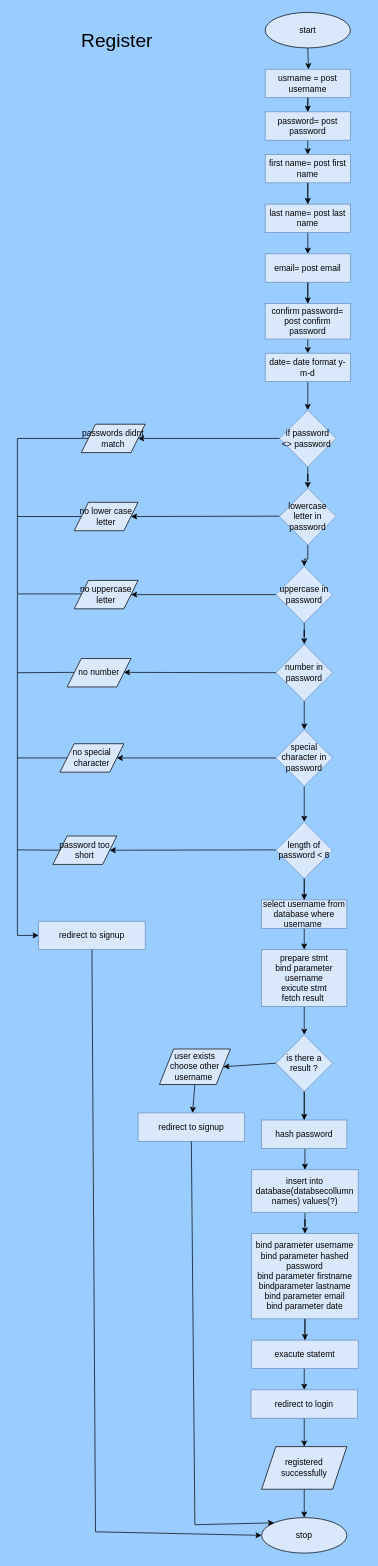
Earlier version of the draw.io diagram page "Register" (5 of 7) of Assignments/To Do list/website_design_flowchart.drawio (alexbaxter07/college). Source tidied: cells renumbered, new cells numbered last; positions are measured from the earlier drawing's top-left corner, leaving out a move shared by most shapes. Both pictures are drawn from the tidied source at 71%, with x=0, y=0 at pixel (17, 12).
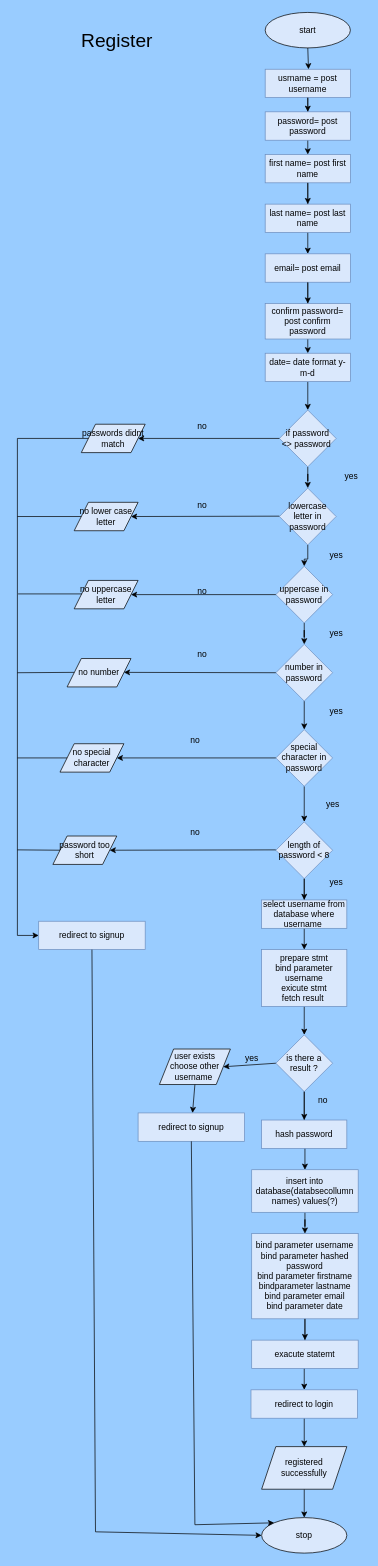
After the change.

Change to the diagram source:
```diff
@@
+    <mxCell id="75" value="no" style="text;html=1;align=center;verticalAlign=middle;strokeColor=none;fillColor=none;" parent="1" vertex="1">
+      <mxGeometry x="240" y="568" width="40" height="30" as="geometry" />
+    </mxCell>
+    <mxCell id="76" value="no" style="text;html=1;align=center;verticalAlign=middle;strokeColor=none;fillColor=none;" parent="1" vertex="1">
+      <mxGeometry x="240" y="680" width="40" height="30" as="geometry" />
+    </mxCell>
+    <mxCell id="77" value="no" style="text;html=1;align=center;verticalAlign=middle;strokeColor=none;fillColor=none;" parent="1" vertex="1">
+      <mxGeometry x="240" y="800" width="40" height="30" as="geometry" />
+    </mxCell>
+    <mxCell id="78" value="no" style="text;html=1;align=center;verticalAlign=middle;strokeColor=none;fillColor=none;" parent="1" vertex="1">
+      <mxGeometry x="240" y="890" width="40" height="30" as="geometry" />
+    </mxCell>
+    <mxCell id="79" value="no" style="text;html=1;align=center;verticalAlign=middle;strokeColor=none;fillColor=none;" parent="1" vertex="1">
+      <mxGeometry x="230" y="1010" width="40" height="30" as="geometry" />
+    </mxCell>
+    <mxCell id="80" value="no" style="text;html=1;align=center;verticalAlign=middle;strokeColor=none;fillColor=none;" parent="1" vertex="1">
+      <mxGeometry x="230" y="1140" width="40" height="30" as="geometry" />
+    </mxCell>
+    <mxCell id="81" value="yes" style="text;html=1;align=center;verticalAlign=middle;strokeColor=none;fillColor=none;" parent="1" vertex="1">
+      <mxGeometry x="450" y="638" width="40" height="30" as="geometry" />
+    </mxCell>
+    <mxCell id="82" value="yes" style="text;html=1;align=center;verticalAlign=middle;strokeColor=none;fillColor=none;" parent="1" vertex="1">
+      <mxGeometry x="429" y="750" width="40" height="30" as="geometry" />
+    </mxCell>
+    <mxCell id="83" value="yes" style="text;html=1;align=center;verticalAlign=middle;strokeColor=none;fillColor=none;" parent="1" vertex="1">
+      <mxGeometry x="429" y="860" width="40" height="30" as="geometry" />
+    </mxCell>
+    <mxCell id="84" value="yes" style="text;html=1;align=center;verticalAlign=middle;strokeColor=none;fillColor=none;" parent="1" vertex="1">
+      <mxGeometry x="429" y="970" width="40" height="30" as="geometry" />
+    </mxCell>
+    <mxCell id="85" value="yes" style="text;html=1;align=center;verticalAlign=middle;strokeColor=none;fillColor=none;" parent="1" vertex="1">
+      <mxGeometry x="424" y="1100" width="40" height="30" as="geometry" />
+    </mxCell>
+    <mxCell id="86" value="yes" style="text;html=1;align=center;verticalAlign=middle;strokeColor=none;fillColor=none;" parent="1" vertex="1">
+      <mxGeometry x="429" y="1210" width="40" height="30" as="geometry" />
+    </mxCell>
+    <mxCell id="87" value="yes" style="text;html=1;align=center;verticalAlign=middle;strokeColor=none;fillColor=none;" parent="1" vertex="1">
+      <mxGeometry x="310" y="1458" width="40" height="30" as="geometry" />
+    </mxCell>
+    <mxCell id="88" value="no" style="text;html=1;align=center;verticalAlign=middle;strokeColor=none;fillColor=none;" parent="1" vertex="1">
+      <mxGeometry x="410" y="1518" width="40" height="30" as="geometry" />
+    </mxCell>
```
